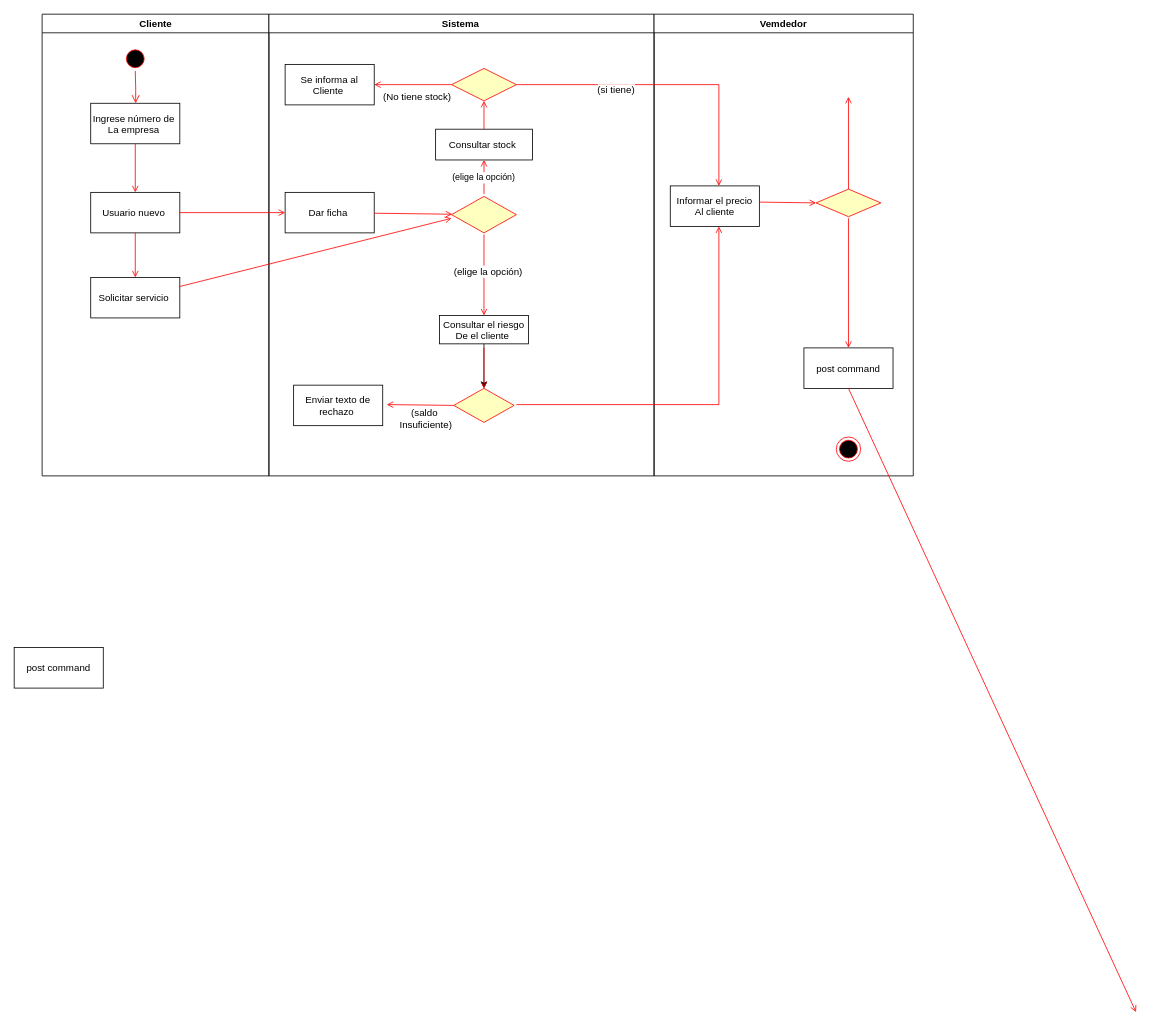
This is Diagramas.drawio from pedroromeroDG/ejemplo1, a draw.io file, before an edit. Source tidied: cells renumbered, new cells numbered last; positions are measured from the earlier drawing's top-left corner, leaving out a move shared by most shapes. Both pictures are drawn from the tidied source at 81%, with x=0, y=0 at pixel (14, 14).
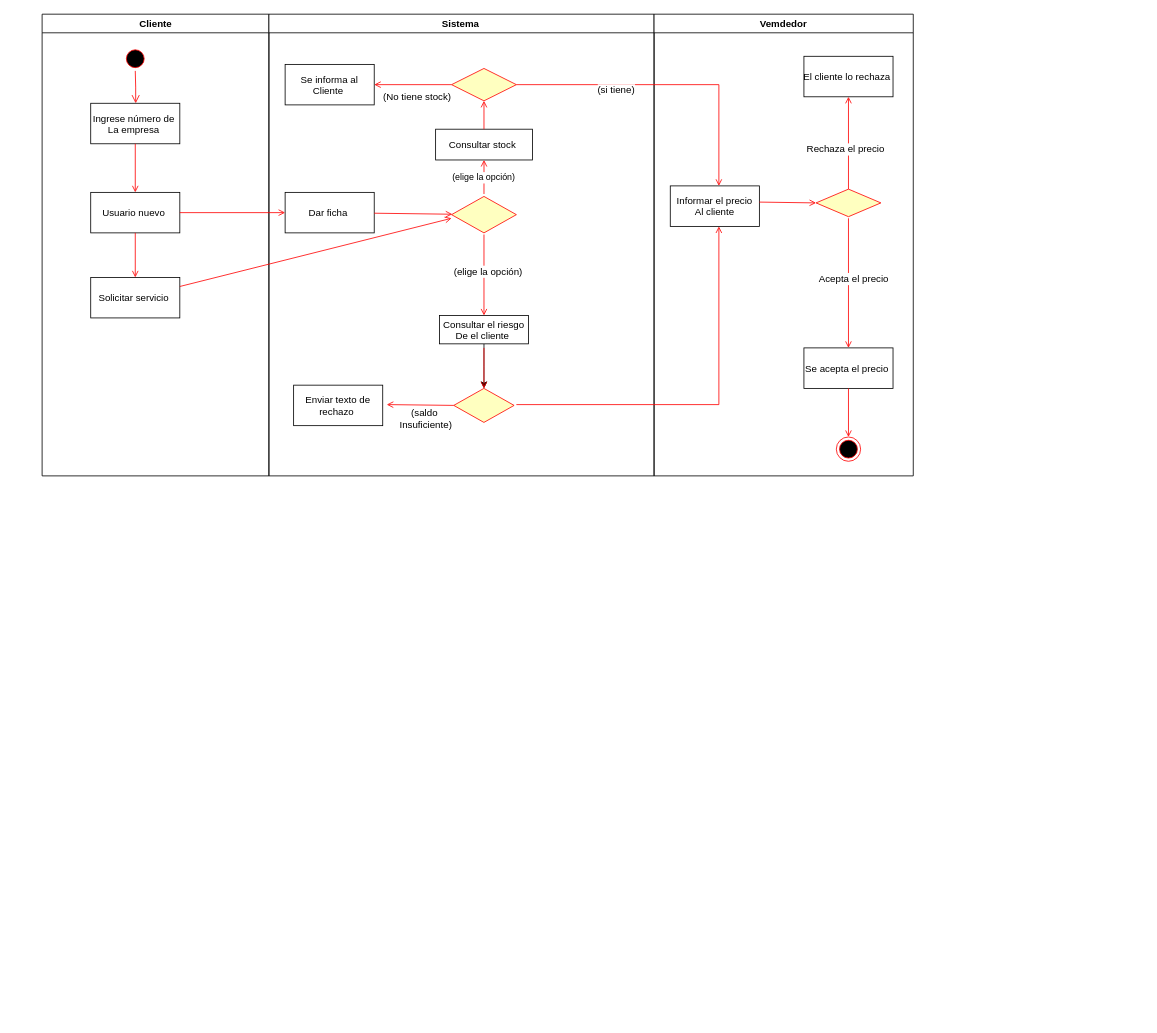
The same page after the edit.

The change refers to these unchanged cells:
```xml
<mxCell id="24" value="Vemdedor" style="swimlane;whiteSpace=wrap;" parent="1" vertex="1">
  <mxGeometry x="790" width="320" height="570" as="geometry" />
</mxCell>
<mxCell id="42" style="endArrow=open;strokeColor=#FF0000;endFill=1;rounded=0;exitX=0.5;exitY=0;exitDx=0;exitDy=0;" parent="1" edge="1" source="31">
  <mxGeometry relative="1" as="geometry">
    <mxPoint x="1030" y="102" as="targetPoint" />
  </mxGeometry>
</mxCell>
<mxCell id="43" style="endArrow=open;strokeColor=#FF0000;endFill=1;rounded=0;" parent="1" edge="1">
  <mxGeometry relative="1" as="geometry">
    <mxPoint x="1030" y="252" as="sourcePoint" />
    <mxPoint x="1030" y="412" as="targetPoint" />
  </mxGeometry>
</mxCell>
```

Diff of the diagram source:
```diff
@@
-    <mxCell id="32" value="post command" parent="24" vertex="1">
+    <mxCell id="32" value="Se acepta el precio " parent="24" vertex="1">
       <mxGeometry x="185" y="412" width="110" height="50" as="geometry" />
     </mxCell>
+    <mxCell id="34" value="El cliente lo rechaza " parent="24" vertex="1">
+      <mxGeometry x="185" y="52" width="110" height="50" as="geometry" />
+    </mxCell>
@@
-    <mxCell id="34" value="post command" parent="1" vertex="1">
-      <mxGeometry y="782" width="110" height="50" as="geometry" />
-    </mxCell>
@@
+    <mxCell id="45" value="Rechaza el precio&amp;nbsp;" style="edgeLabel;html=1;align=center;verticalAlign=middle;fontSize=12;fontFamily=Helvetica;fontColor=default;" parent="42" vertex="1">
+      <mxGeometry x="-0.1" y="3" relative="1" as="geometry">
+        <mxPoint y="1" as="offset" />
+      </mxGeometry>
+    </mxCell>
@@
+    <mxCell id="46" value="Acepta el precio&amp;nbsp;" style="edgeLabel;html=1;align=center;verticalAlign=middle;fontSize=12;fontFamily=Helvetica;fontColor=default;" parent="43" vertex="1">
+      <mxGeometry x="-0.08" y="7" relative="1" as="geometry" />
+    </mxCell>
     <mxCell id="44" style="endArrow=open;strokeColor=#FF0000;endFill=1;rounded=0;" parent="1" edge="1">
       <mxGeometry relative="1" as="geometry">
         <mxPoint x="1030" y="462" as="sourcePoint" />
-        <mxPoint x="1385" y="1232" as="targetPoint" />
+        <mxPoint x="1030" y="522" as="targetPoint" />
       </mxGeometry>
     </mxCell>
```
